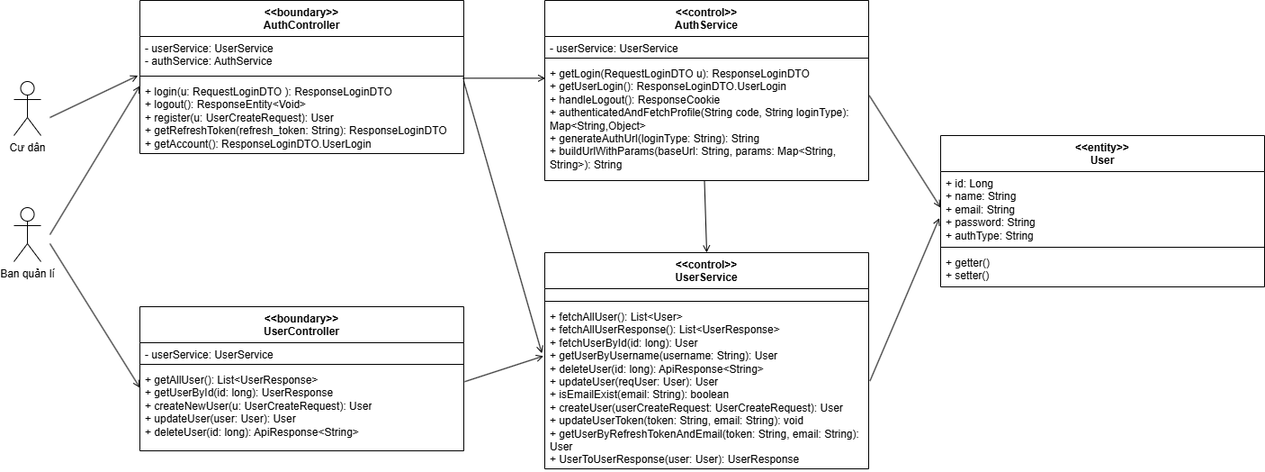
The draw.io diagram Class Diagram/Account_management_class_diagram.drawio.png in hungbuile04/project-it3120, before a commit. Source tidied: cells renumbered, new cells last; positions are measured from the earlier drawing's top-left corner, leaving out a move shared by most shapes. Its diagram source:
```xml
<mxGraphModel>
  <root>
    <mxCell id="0" />
    <mxCell id="1" parent="0" />
    <mxCell id="2" value="Cư dân" style="shape=umlActor;verticalLabelPosition=bottom;verticalAlign=top;html=1;" parent="1" vertex="1">
      <mxGeometry y="90" width="30" height="60" as="geometry" />
    </mxCell>
    <mxCell id="3" style="endArrow=open;html=1;rounded=0;endFill=0;entryX=-0.006;entryY=-0.056;entryDx=0;entryDy=0;entryPerimeter=0;" parent="1" edge="1" target="7">
      <mxGeometry relative="1" as="geometry">
        <mxPoint x="40" y="130" as="sourcePoint" />
      </mxGeometry>
    </mxCell>
    <mxCell id="4" value="&amp;lt;&amp;lt;boundary&amp;gt;&amp;gt;&lt;div&gt;AuthController&lt;/div&gt;" style="swimlane;fontStyle=1;align=center;verticalAlign=top;horizontal=1;startSize=40;whiteSpace=wrap;html=1;" parent="1" vertex="1">
      <mxGeometry x="140" width="360" height="170" as="geometry" />
    </mxCell>
    <mxCell id="5" value="- userService: UserService&lt;div&gt;- a&lt;span style=&quot;background-color: transparent;&quot;&gt;uthService: AuthService&lt;/span&gt;&lt;/div&gt;&lt;div&gt;&lt;span style=&quot;background-color: transparent; color: light-dark(rgb(0, 0, 0), rgb(255, 255, 255));&quot;&gt;&lt;br&gt;&lt;/span&gt;&lt;/div&gt;" style="text;strokeColor=none;fillColor=none;align=left;verticalAlign=top;spacingLeft=4;spacingRight=4;overflow=hidden;whiteSpace=wrap;html=1;" parent="4" vertex="1">
      <mxGeometry y="40" width="360" height="40" as="geometry" />
    </mxCell>
    <mxCell id="6" style="line;strokeWidth=1;fillColor=none;align=left;verticalAlign=middle;spacingTop=-1;spacingLeft=3;spacingRight=3;labelPosition=right;strokeColor=inherit;" parent="4" vertex="1">
      <mxGeometry y="80" width="360" height="8" as="geometry" />
    </mxCell>
    <mxCell id="7" value="+ login(u: RequestLoginDTO&amp;nbsp;): ResponseLoginDTO&lt;div&gt;+ logout():&amp;nbsp;ResponseEntity&amp;lt;Void&amp;gt;&lt;/div&gt;&lt;div&gt;+ register(&lt;span style=&quot;background-color: transparent; color: light-dark(rgb(0, 0, 0), rgb(255, 255, 255));&quot;&gt;u:&amp;nbsp;&lt;/span&gt;&lt;span style=&quot;background-color: transparent; color: light-dark(rgb(0, 0, 0), rgb(255, 255, 255));&quot;&gt;UserCreateRequest&lt;/span&gt;&lt;span style=&quot;background-color: transparent; color: light-dark(rgb(0, 0, 0), rgb(255, 255, 255));&quot;&gt;): User&lt;/span&gt;&lt;span style=&quot;background-color: transparent; color: light-dark(rgb(0, 0, 0), rgb(255, 255, 255));&quot;&gt;&amp;nbsp;&lt;/span&gt;&lt;/div&gt;&lt;div&gt;+ getRefreshToken(refresh_token: String): ResponseLoginDTO&lt;/div&gt;&lt;div&gt;+&amp;nbsp;&lt;span style=&quot;background-color: transparent;&quot;&gt;getAccount():&amp;nbsp;&lt;/span&gt;ResponseLoginDTO&lt;span style=&quot;background-color: transparent;&quot;&gt;.UserLogin&lt;/span&gt;&lt;/div&gt;&lt;div&gt;&lt;span style=&quot;background-color: transparent;&quot;&gt;&lt;br&gt;&lt;/span&gt;&lt;/div&gt;&lt;div&gt;&lt;br&gt;&lt;br&gt;&lt;div&gt;&lt;br&gt;&lt;/div&gt;&lt;/div&gt;" style="text;strokeColor=none;fillColor=none;align=left;verticalAlign=top;spacingLeft=4;spacingRight=4;overflow=hidden;points=[[0,0.5],[1,0.5]];portConstraint=eastwest;whiteSpace=wrap;html=1;" parent="4" vertex="1">
      <mxGeometry y="88" width="360" height="82" as="geometry" />
    </mxCell>
    <mxCell id="8" value="&amp;lt;&amp;lt;boundary&amp;gt;&amp;gt;&lt;div&gt;UserController&lt;/div&gt;" style="swimlane;fontStyle=1;align=center;verticalAlign=top;horizontal=1;startSize=40;whiteSpace=wrap;html=1;" parent="1" vertex="1">
      <mxGeometry x="140" y="340" width="360" height="160" as="geometry" />
    </mxCell>
    <mxCell id="9" value="- userService: UserService" style="text;strokeColor=none;fillColor=none;align=left;verticalAlign=top;spacingLeft=4;spacingRight=4;overflow=hidden;whiteSpace=wrap;html=1;" parent="8" vertex="1">
      <mxGeometry y="40" width="360" height="20" as="geometry" />
    </mxCell>
    <mxCell id="10" style="line;strokeWidth=1;fillColor=none;align=left;verticalAlign=middle;spacingTop=-1;spacingLeft=3;spacingRight=3;labelPosition=right;strokeColor=inherit;" parent="8" vertex="1">
      <mxGeometry y="60" width="360" height="8" as="geometry" />
    </mxCell>
    <mxCell id="11" value="+ getAllUser(): List&amp;lt;UserResponse&amp;gt;&lt;div&gt;+&amp;nbsp;getUserById(id: long):&amp;nbsp;UserResponse&lt;/div&gt;&lt;div&gt;+ createNewUser(u:&amp;nbsp;&lt;span style=&quot;background-color: transparent; color: light-dark(rgb(0, 0, 0), rgb(255, 255, 255));&quot;&gt;UserCreateRequest&lt;/span&gt;&lt;span style=&quot;background-color: transparent; color: light-dark(rgb(0, 0, 0), rgb(255, 255, 255));&quot;&gt;): User&lt;/span&gt;&lt;/div&gt;&lt;div&gt;+&amp;nbsp;updateUser(user: User):&amp;nbsp;User&lt;/div&gt;&lt;div&gt;+ deleteUser(&lt;span style=&quot;background-color: transparent; color: light-dark(rgb(0, 0, 0), rgb(255, 255, 255));&quot;&gt;id:&amp;nbsp;&lt;/span&gt;&lt;span style=&quot;background-color: transparent; color: light-dark(rgb(0, 0, 0), rgb(255, 255, 255));&quot;&gt;long):&amp;nbsp;ApiResponse&amp;lt;String&amp;gt;&lt;/span&gt;&lt;/div&gt;&lt;div&gt;&lt;br&gt;&lt;div&gt;&lt;br&gt;&lt;/div&gt;&lt;/div&gt;" style="text;strokeColor=none;fillColor=none;align=left;verticalAlign=top;spacingLeft=4;spacingRight=4;overflow=hidden;points=[[0,0.5],[1,0.5]];portConstraint=eastwest;whiteSpace=wrap;html=1;" parent="8" vertex="1">
      <mxGeometry y="68" width="360" height="92" as="geometry" />
    </mxCell>
    <mxCell id="12" value="Ban quản lí" style="shape=umlActor;verticalLabelPosition=bottom;verticalAlign=top;html=1;" parent="1" vertex="1">
      <mxGeometry y="230" width="30" height="60" as="geometry" />
    </mxCell>
    <mxCell id="13" style="endArrow=open;html=1;rounded=0;endFill=0;entryX=0;entryY=0.083;entryDx=0;entryDy=0;entryPerimeter=0;" parent="1" edge="1" target="7">
      <mxGeometry relative="1" as="geometry">
        <mxPoint x="40" y="260" as="sourcePoint" />
      </mxGeometry>
    </mxCell>
    <mxCell id="14" style="endArrow=open;html=1;rounded=0;endFill=0;entryX=0;entryY=0.239;entryDx=0;entryDy=0;entryPerimeter=0;" parent="1" edge="1" target="11">
      <mxGeometry relative="1" as="geometry">
        <mxPoint x="40" y="270" as="sourcePoint" />
      </mxGeometry>
    </mxCell>
    <mxCell id="15" value="&amp;lt;&amp;lt;control&amp;gt;&amp;gt;&lt;div&gt;AuthService&lt;/div&gt;" style="swimlane;fontStyle=1;align=center;verticalAlign=top;horizontal=1;startSize=40;whiteSpace=wrap;html=1;" parent="1" vertex="1">
      <mxGeometry x="590" width="360" height="200" as="geometry" />
    </mxCell>
    <mxCell id="16" value="- userService: UserService" style="text;strokeColor=none;fillColor=none;align=left;verticalAlign=top;spacingLeft=4;spacingRight=4;overflow=hidden;whiteSpace=wrap;html=1;" parent="15" vertex="1">
      <mxGeometry y="40" width="360" height="20" as="geometry" />
    </mxCell>
    <mxCell id="17" style="line;strokeWidth=1;fillColor=none;align=left;verticalAlign=middle;spacingTop=-1;spacingLeft=3;spacingRight=3;labelPosition=right;strokeColor=inherit;" parent="15" vertex="1">
      <mxGeometry y="60" width="360" height="8" as="geometry" />
    </mxCell>
    <mxCell id="18" value="&lt;div&gt;&lt;div&gt;&lt;div&gt;+ getLogin(RequestLoginDTO u):&amp;nbsp;&lt;span style=&quot;background-color: transparent; color: light-dark(rgb(0, 0, 0), rgb(255, 255, 255));&quot;&gt;ResponseLoginDTO&lt;/span&gt;&lt;/div&gt;&lt;div&gt;+ getUserLogin():&amp;nbsp;&lt;span style=&quot;background-color: transparent; color: light-dark(rgb(0, 0, 0), rgb(255, 255, 255));&quot;&gt;ResponseLoginDTO&lt;/span&gt;&lt;span style=&quot;background-color: transparent; color: light-dark(rgb(0, 0, 0), rgb(255, 255, 255));&quot;&gt;.UserLogin&lt;/span&gt;&lt;/div&gt;&lt;div&gt;+ handleLogout(): ResponseCookie&lt;/div&gt;&lt;/div&gt;&lt;/div&gt;&lt;div&gt;+&amp;nbsp;&lt;span style=&quot;background-color: transparent;&quot;&gt;authenticatedAndFetchProfile(String&amp;nbsp;&lt;/span&gt;&lt;span style=&quot;background-color: transparent; color: light-dark(rgb(0, 0, 0), rgb(255, 255, 255));&quot;&gt;code&lt;/span&gt;&lt;span style=&quot;background-color: transparent; color: light-dark(rgb(0, 0, 0), rgb(255, 255, 255));&quot;&gt;,&amp;nbsp;&lt;/span&gt;&lt;span style=&quot;background-color: transparent; color: light-dark(rgb(0, 0, 0), rgb(255, 255, 255));&quot;&gt;String&lt;/span&gt;&lt;span style=&quot;background-color: transparent; color: light-dark(rgb(0, 0, 0), rgb(255, 255, 255));&quot;&gt;&amp;nbsp;loginType): Map&amp;lt;String,Object&amp;gt;&lt;/span&gt;&lt;/div&gt;&lt;div&gt;+ generateAuthUrl(loginType: String): String&lt;/div&gt;&lt;div&gt;&lt;span style=&quot;background-color: transparent; color: light-dark(rgb(0, 0, 0), rgb(255, 255, 255));&quot;&gt;+ buildUrlWithParams(baseUrl: String, params: Map&amp;lt;String, String&amp;gt;): String&lt;/span&gt;&lt;/div&gt;" style="text;strokeColor=none;fillColor=none;align=left;verticalAlign=top;spacingLeft=4;spacingRight=4;overflow=hidden;points=[[0,0.5],[1,0.5]];portConstraint=eastwest;whiteSpace=wrap;html=1;" parent="15" vertex="1">
      <mxGeometry y="68" width="360" height="132" as="geometry" />
    </mxCell>
    <mxCell id="19" value="&amp;lt;&amp;lt;control&amp;gt;&amp;gt;&lt;div&gt;UserService&lt;/div&gt;" style="swimlane;fontStyle=1;align=center;verticalAlign=top;horizontal=1;startSize=40;whiteSpace=wrap;html=1;" parent="1" vertex="1">
      <mxGeometry x="590" y="280" width="360" height="240" as="geometry" />
    </mxCell>
    <mxCell id="20" value="&lt;div&gt;&lt;span style=&quot;background-color: transparent; color: light-dark(rgb(0, 0, 0), rgb(255, 255, 255));&quot;&gt;&lt;br&gt;&lt;/span&gt;&lt;/div&gt;" style="text;strokeColor=none;fillColor=none;align=left;verticalAlign=top;spacingLeft=4;spacingRight=4;overflow=hidden;whiteSpace=wrap;html=1;" parent="19" vertex="1">
      <mxGeometry y="40" width="360" height="10" as="geometry" />
    </mxCell>
    <mxCell id="21" style="line;strokeWidth=1;fillColor=none;align=left;verticalAlign=middle;spacingTop=-1;spacingLeft=3;spacingRight=3;labelPosition=right;strokeColor=inherit;" parent="19" vertex="1">
      <mxGeometry y="50" width="360" height="8" as="geometry" />
    </mxCell>
    <mxCell id="22" value="&lt;div&gt;&lt;div&gt;&lt;div&gt;+ fetchAllUser(): List&amp;lt;User&amp;gt;&amp;nbsp; &amp;nbsp; &amp;nbsp; &amp;nbsp; &amp;nbsp; &amp;nbsp; &amp;nbsp; &amp;nbsp; &amp;nbsp; &amp;nbsp; &amp;nbsp;&amp;nbsp;&lt;/div&gt;&lt;div&gt;+ fetchAllUserResponse(): List&amp;lt;UserResponse&amp;gt;&lt;/div&gt;&lt;div&gt;+ fetchUserById(id: long): User&amp;nbsp;&lt;/div&gt;&lt;div&gt;+ getUserByUsername(username: String): User&amp;nbsp;&lt;/div&gt;&lt;div&gt;+ deleteUser(id: long): ApiResponse&amp;lt;String&amp;gt;&amp;nbsp;&lt;/div&gt;&lt;div&gt;+ updateUser(reqUser: User): User&amp;nbsp;&amp;nbsp;&lt;/div&gt;&lt;div&gt;+ isEmailExist(email: String): boolean&lt;/div&gt;&lt;div&gt;+ createUser(userCreateRequest: UserCreateRequest): User&lt;/div&gt;&lt;div&gt;+ updateUserToken(token: String, email: String): void&lt;/div&gt;&lt;div&gt;+ getUserByRefreshTokenAndEmail(token: String, email: String): User&lt;/div&gt;&lt;div&gt;+ UserToUserResponse(user: User): UserResponse&amp;nbsp;&lt;/div&gt;&lt;/div&gt;&lt;/div&gt;" style="text;strokeColor=none;fillColor=none;align=left;verticalAlign=top;spacingLeft=4;spacingRight=4;overflow=hidden;points=[[0,0.5],[1,0.5]];portConstraint=eastwest;whiteSpace=wrap;html=1;" parent="19" vertex="1">
      <mxGeometry y="58" width="360" height="182" as="geometry" />
    </mxCell>
    <mxCell id="23" style="endArrow=open;html=1;rounded=0;endFill=0;entryX=0.002;entryY=0.139;entryDx=0;entryDy=0;entryPerimeter=0;exitX=0.997;exitY=-0.02;exitDx=0;exitDy=0;exitPerimeter=0;" parent="1" edge="1" source="7" target="18">
      <mxGeometry relative="1" as="geometry" />
    </mxCell>
    <mxCell id="24" style="endArrow=open;html=1;rounded=0;endFill=0;entryX=-0.009;entryY=0.295;entryDx=0;entryDy=0;entryPerimeter=0;" parent="1" edge="1" target="22">
      <mxGeometry relative="1" as="geometry">
        <mxPoint x="500" y="90" as="sourcePoint" />
      </mxGeometry>
    </mxCell>
    <mxCell id="25" style="endArrow=open;html=1;rounded=0;endFill=0;exitX=1.003;exitY=0.165;exitDx=0;exitDy=0;exitPerimeter=0;entryX=-0.004;entryY=0.312;entryDx=0;entryDy=0;entryPerimeter=0;" parent="1" edge="1" source="11" target="22">
      <mxGeometry relative="1" as="geometry" />
    </mxCell>
    <mxCell id="26" style="endArrow=open;html=1;rounded=0;endFill=0;entryX=0.5;entryY=0;entryDx=0;entryDy=0;exitX=0.493;exitY=1;exitDx=0;exitDy=0;exitPerimeter=0;" parent="1" edge="1" source="18" target="19">
      <mxGeometry relative="1" as="geometry" />
    </mxCell>
    <mxCell id="27" value="&amp;lt;&amp;lt;entity&amp;gt;&amp;gt;&lt;div&gt;User&lt;/div&gt;" style="swimlane;fontStyle=1;align=center;verticalAlign=top;horizontal=1;startSize=40;whiteSpace=wrap;html=1;" parent="1" vertex="1">
      <mxGeometry x="1030" y="150" width="360" height="168" as="geometry" />
    </mxCell>
    <mxCell id="28" value="&lt;div&gt;+ id: Long&lt;/div&gt;&lt;div&gt;+ name:&amp;nbsp;&lt;span style=&quot;background-color: transparent; color: light-dark(rgb(0, 0, 0), rgb(255, 255, 255));&quot;&gt;String&lt;/span&gt;&lt;/div&gt;&lt;div&gt;+ email:&amp;nbsp;&lt;span style=&quot;background-color: transparent; color: light-dark(rgb(0, 0, 0), rgb(255, 255, 255));&quot;&gt;String&lt;/span&gt;&lt;/div&gt;&lt;div&gt;+ password:&amp;nbsp;&lt;span style=&quot;background-color: transparent; color: light-dark(rgb(0, 0, 0), rgb(255, 255, 255));&quot;&gt;String&lt;/span&gt;&lt;/div&gt;&lt;div&gt;+ authType:&amp;nbsp;&lt;span style=&quot;background-color: transparent; color: light-dark(rgb(0, 0, 0), rgb(255, 255, 255));&quot;&gt;String&lt;/span&gt;&lt;span style=&quot;background-color: transparent; color: light-dark(rgb(0, 0, 0), rgb(255, 255, 255));&quot;&gt;&amp;nbsp;&lt;/span&gt;&lt;/div&gt;" style="text;strokeColor=none;fillColor=none;align=left;verticalAlign=top;spacingLeft=4;spacingRight=4;overflow=hidden;points=[[0,0.5],[1,0.5]];portConstraint=eastwest;whiteSpace=wrap;html=1;" parent="27" vertex="1">
      <mxGeometry y="40" width="360" height="80" as="geometry" />
    </mxCell>
    <mxCell id="29" style="line;strokeWidth=1;fillColor=none;align=left;verticalAlign=middle;spacingTop=-1;spacingLeft=3;spacingRight=3;labelPosition=right;strokeColor=inherit;" parent="27" vertex="1">
      <mxGeometry y="120" width="360" height="8" as="geometry" />
    </mxCell>
    <mxCell id="30" value="+ getter()&lt;div&gt;+ setter()&lt;/div&gt;" style="text;strokeColor=none;fillColor=none;align=left;verticalAlign=top;spacingLeft=4;spacingRight=4;overflow=hidden;whiteSpace=wrap;html=1;" parent="27" vertex="1">
      <mxGeometry y="128" width="360" height="40" as="geometry" />
    </mxCell>
    <mxCell id="31" style="endArrow=open;html=1;rounded=0;endFill=0;entryX=0;entryY=0.5;entryDx=0;entryDy=0;exitX=1.002;exitY=0.285;exitDx=0;exitDy=0;exitPerimeter=0;" parent="1" edge="1" source="18" target="28">
      <mxGeometry relative="1" as="geometry" />
    </mxCell>
    <mxCell id="32" style="endArrow=open;html=1;rounded=0;endFill=0;exitX=1.004;exitY=0.464;exitDx=0;exitDy=0;exitPerimeter=0;entryX=-0.004;entryY=0.645;entryDx=0;entryDy=0;entryPerimeter=0;" parent="1" edge="1" source="22" target="28">
      <mxGeometry relative="1" as="geometry" />
    </mxCell>
  </root>
</mxGraphModel>
```
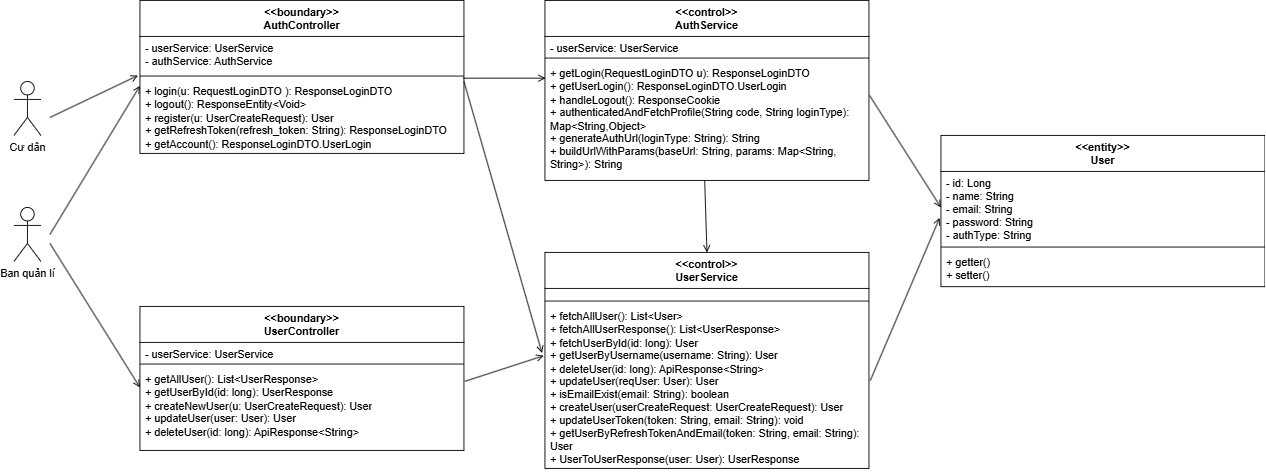
After the change.

Commit message:
IT3120-6 account management class diagram

What changed in the source:
```diff
@@ -88,7 +88,7 @@
     <mxCell id="27" value="&amp;lt;&amp;lt;entity&amp;gt;&amp;gt;&lt;div&gt;User&lt;/div&gt;" style="swimlane;fontStyle=1;align=center;verticalAlign=top;horizontal=1;startSize=40;whiteSpace=wrap;html=1;" parent="1" vertex="1">
       <mxGeometry x="1030" y="150" width="360" height="168" as="geometry" />
     </mxCell>
-    <mxCell id="28" value="&lt;div&gt;+ id: Long&lt;/div&gt;&lt;div&gt;+ name:&amp;nbsp;&lt;span style=&quot;background-color: transparent; color: light-dark(rgb(0, 0, 0), rgb(255, 255, 255));&quot;&gt;String&lt;/span&gt;&lt;/div&gt;&lt;div&gt;+ email:&amp;nbsp;&lt;span style=&quot;background-color: transparent; color: light-dark(rgb(0, 0, 0), rgb(255, 255, 255));&quot;&gt;String&lt;/span&gt;&lt;/div&gt;&lt;div&gt;+ password:&amp;nbsp;&lt;span style=&quot;background-color: transparent; color: light-dark(rgb(0, 0, 0), rgb(255, 255, 255));&quot;&gt;String&lt;/span&gt;&lt;/div&gt;&lt;div&gt;+ authType:&amp;nbsp;&lt;span style=&quot;background-color: transparent; color: light-dark(rgb(0, 0, 0), rgb(255, 255, 255));&quot;&gt;String&lt;/span&gt;&lt;span style=&quot;background-color: transparent; color: light-dark(rgb(0, 0, 0), rgb(255, 255, 255));&quot;&gt;&amp;nbsp;&lt;/span&gt;&lt;/div&gt;" style="text;strokeColor=none;fillColor=none;align=left;verticalAlign=top;spacingLeft=4;spacingRight=4;overflow=hidden;points=[[0,0.5],[1,0.5]];portConstraint=eastwest;whiteSpace=wrap;html=1;" parent="27" vertex="1">
+    <mxCell id="28" value="&lt;div&gt;- id: Long&lt;/div&gt;&lt;div&gt;- name:&amp;nbsp;&lt;span style=&quot;background-color: transparent; color: light-dark(rgb(0, 0, 0), rgb(255, 255, 255));&quot;&gt;String&lt;/span&gt;&lt;/div&gt;&lt;div&gt;- email:&amp;nbsp;&lt;span style=&quot;background-color: transparent; color: light-dark(rgb(0, 0, 0), rgb(255, 255, 255));&quot;&gt;String&lt;/span&gt;&lt;/div&gt;&lt;div&gt;- password:&amp;nbsp;&lt;span style=&quot;background-color: transparent; color: light-dark(rgb(0, 0, 0), rgb(255, 255, 255));&quot;&gt;String&lt;/span&gt;&lt;/div&gt;&lt;div&gt;- authType:&amp;nbsp;&lt;span style=&quot;background-color: transparent; color: light-dark(rgb(0, 0, 0), rgb(255, 255, 255));&quot;&gt;String&lt;/span&gt;&lt;span style=&quot;background-color: transparent; color: light-dark(rgb(0, 0, 0), rgb(255, 255, 255));&quot;&gt;&amp;nbsp;&lt;/span&gt;&lt;/div&gt;" style="text;strokeColor=none;fillColor=none;align=left;verticalAlign=top;spacingLeft=4;spacingRight=4;overflow=hidden;points=[[0,0.5],[1,0.5]];portConstraint=eastwest;whiteSpace=wrap;html=1;" parent="27" vertex="1">
       <mxGeometry y="40" width="360" height="80" as="geometry" />
     </mxCell>
     <mxCell id="29" style="line;strokeWidth=1;fillColor=none;align=left;verticalAlign=middle;spacingTop=-1;spacingLeft=3;spacingRight=3;labelPosition=right;strokeColor=inherit;" parent="27" vertex="1">
```
